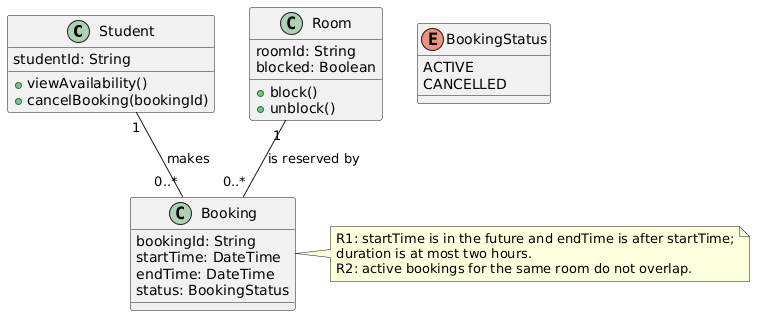
Orazbayvs/se-practice keeps this PlantUML diagram as week-04/models/img/class.png. Above is the earlier version.
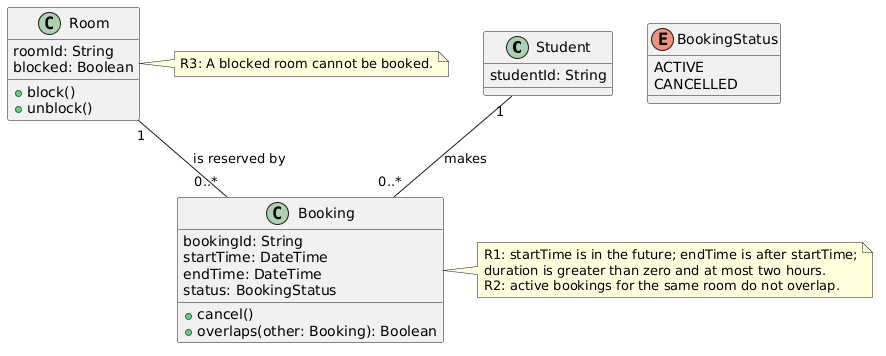
Later version of the same file.

What changed in the source:
```diff
@@ -1,8 +1,6 @@
 @startuml
 class Student {
   studentId: String
-  +viewAvailability()
-  +cancelBooking(bookingId)
 }
 class Room {
   roomId: String
@@ -15,6 +13,8 @@
   startTime: DateTime
   endTime: DateTime
   status: BookingStatus
+  +cancel()
+  +overlaps(other: Booking): Boolean
 }
 enum BookingStatus {
   ACTIVE
@@ -22,9 +22,12 @@
 }
 Student "1" -- "0..*" Booking : makes
 Room "1" -- "0..*" Booking : is reserved by
+note right of Room
+  R3: A blocked room cannot be booked.
+end note
 note right of Booking
-  R1: startTime is in the future and endTime is after startTime;
-  duration is at most two hours.
+  R1: startTime is in the future; endTime is after startTime;
+  duration is greater than zero and at most two hours.
   R2: active bookings for the same room do not overlap.
 end note
 @enduml
```
